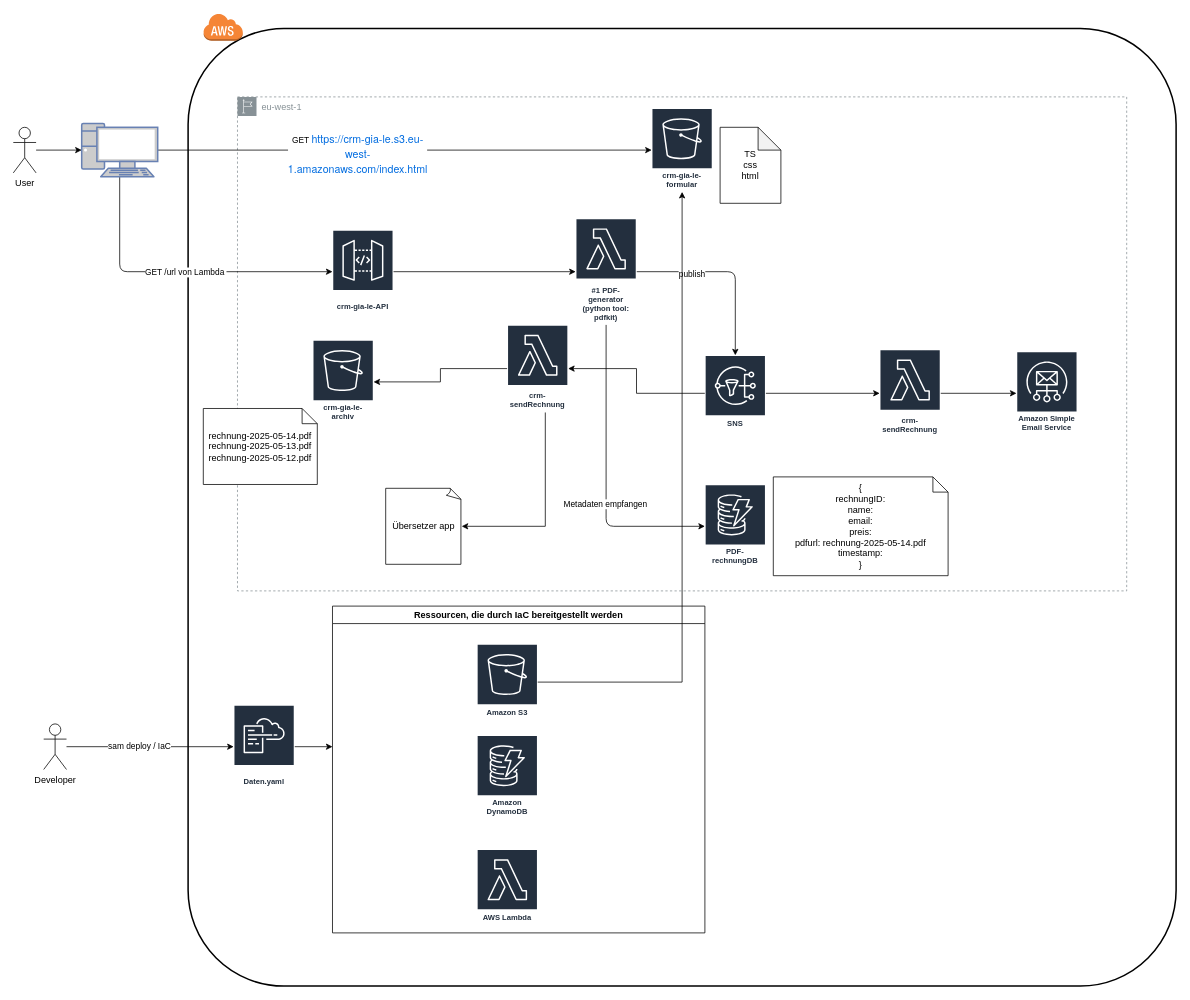
LeGia179/AWS_CRM keeps this draw.io diagram as crm-gia-le.drawio. Above is the earlier version. Source tidied: cells renumbered, new cells numbered last; positions are measured from the earlier drawing's top-left corner, leaving out a move shared by most shapes. Both pictures are drawn from the tidied source at 76%, with x=0, y=0 at pixel (13, 13).
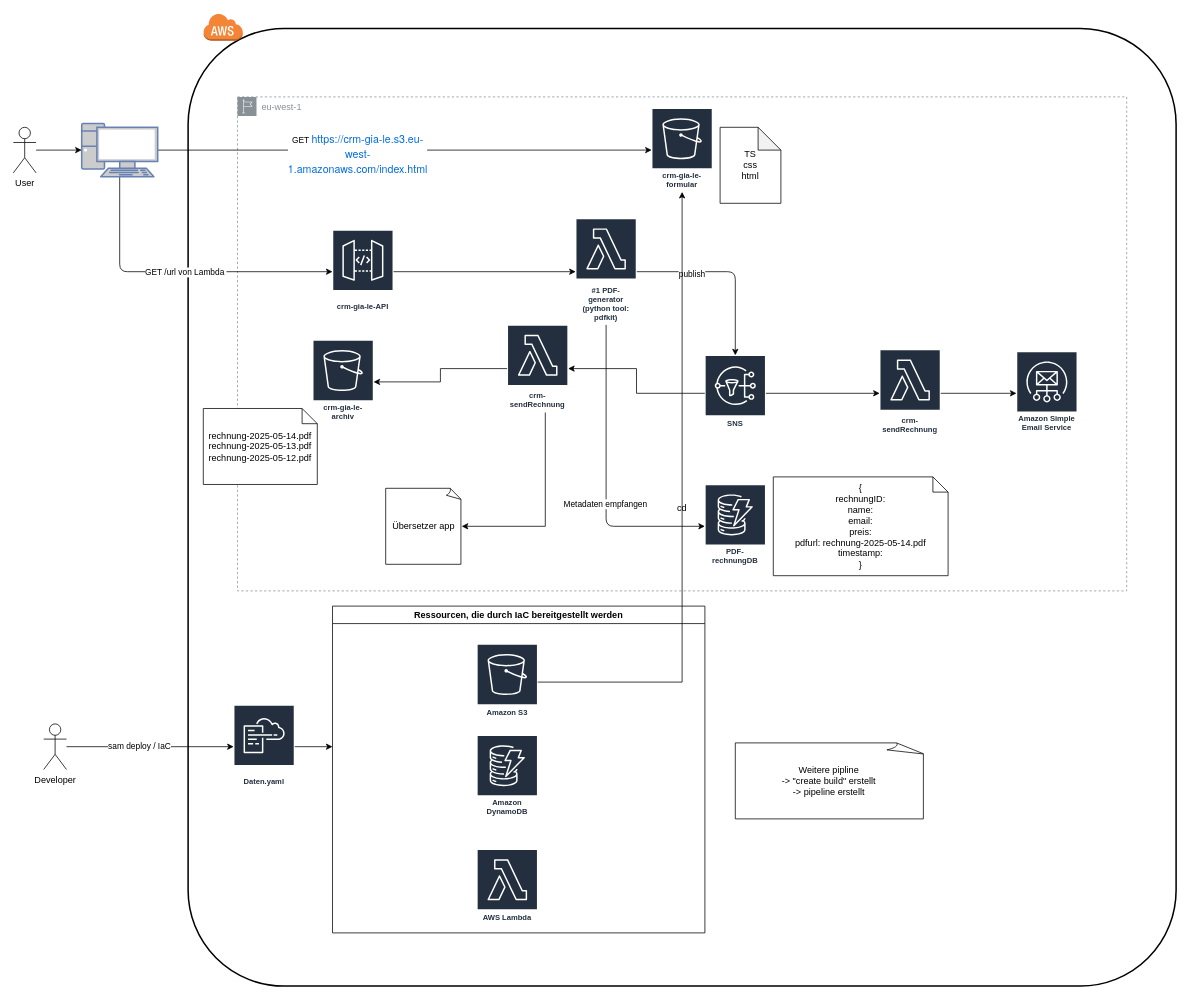
After the change.

What changed in the source:
```diff
@@
-    <mxCell id="4" style="rounded=1;arcSize=10;dashed=0;fillColor=none;gradientColor=none;strokeWidth=2;" parent="1" vertex="1">
+    <mxCell id="4" value="cd" style="rounded=1;arcSize=10;dashed=0;fillColor=none;gradientColor=none;strokeWidth=2;" parent="1" vertex="1">
       <mxGeometry x="230" y="20" width="1300" height="1260" as="geometry" />
     </mxCell>
@@
+    <mxCell id="45" value="Weitere pipline&amp;nbsp;&lt;br&gt;-&amp;gt; &quot;create build&quot; erstellt&amp;nbsp;&lt;br&gt;-&amp;gt; pipeline erstellt&amp;nbsp;" style="whiteSpace=wrap;html=1;shape=mxgraph.basic.document;" parent="1" vertex="1">
+      <mxGeometry x="950" y="960" width="250" height="100" as="geometry" />
+    </mxCell>
```
